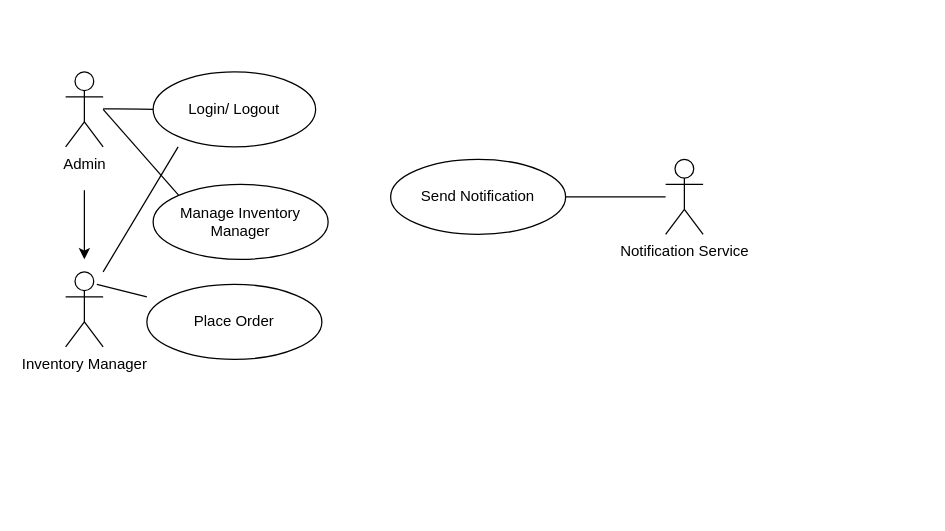
Above: Untitled Diagram.drawio in apoorv-agrawal91/Apoorv (draw.io), before the change. Source tidied: cells renumbered, new cells numbered last; positions are measured from the earlier drawing's top-left corner, leaving out a move shared by most shapes. Both pictures are drawn from the tidied source at 125%, with x=0, y=0 at pixel (65, 71).
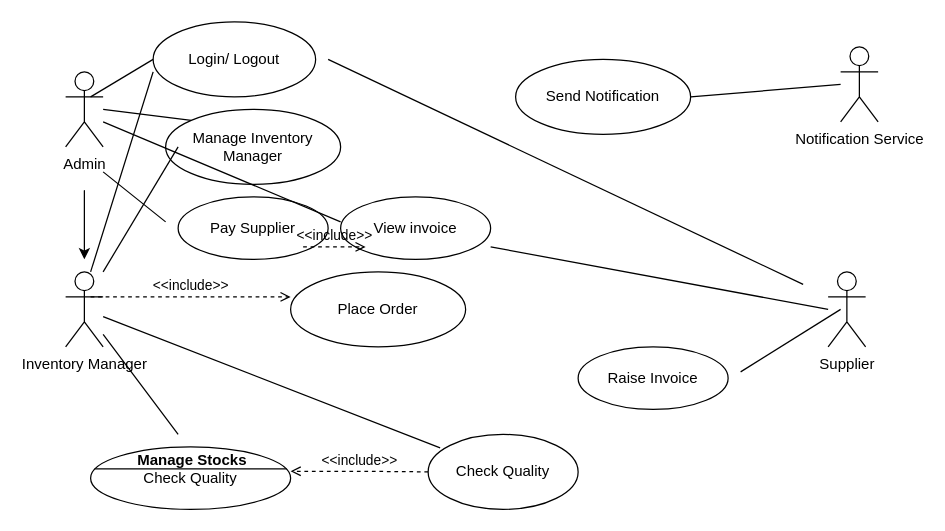
After the change.

Unchanged cells that the change refers to:
```xml
<mxCell id="3" value="Inventory Manager" style="shape=umlActor;verticalLabelPosition=bottom;verticalAlign=top;html=1;outlineConnect=0;" parent="1" vertex="1">
  <mxGeometry y="160" width="30" height="60" as="geometry" />
</mxCell>
```

Diff of the diagram source:
```diff
@@
     <mxCell id="5" value="Notification Service" style="shape=umlActor;verticalLabelPosition=bottom;verticalAlign=top;html=1;" parent="1" vertex="1">
-      <mxGeometry x="480" y="70" width="30" height="60" as="geometry" />
+      <mxGeometry x="620" y="-20" width="30" height="60" as="geometry" />
     </mxCell>
     <mxCell id="6" value="Login/ Logout" style="ellipse;whiteSpace=wrap;html=1;" parent="1" vertex="1">
-      <mxGeometry x="70" width="130" height="60" as="geometry" />
+      <mxGeometry x="70" y="-40" width="130" height="60" as="geometry" />
     </mxCell>
     <mxCell id="7" value="Manage Inventory&lt;br&gt;Manager" style="ellipse;whiteSpace=wrap;html=1;" parent="1" vertex="1">
-      <mxGeometry x="70" y="90" width="140" height="60" as="geometry" />
+      <mxGeometry x="80" y="30" width="140" height="60" as="geometry" />
     </mxCell>
     <mxCell id="8" value="Place Order" style="ellipse;whiteSpace=wrap;html=1;" parent="1" vertex="1">
-      <mxGeometry x="65" y="170" width="140" height="60" as="geometry" />
+      <mxGeometry x="180" y="160" width="140" height="60" as="geometry" />
     </mxCell>
     <mxCell id="9" value="Send Notification" style="ellipse;whiteSpace=wrap;html=1;" parent="1" vertex="1">
-      <mxGeometry x="260" y="70" width="140" height="60" as="geometry" />
+      <mxGeometry x="360" y="-10" width="140" height="60" as="geometry" />
     </mxCell>
-    <mxCell id="10" style="endArrow=none;html=1;" parent="1" edge="1">
-      <mxGeometry relative="1" as="geometry">
-        <mxPoint x="30" y="29.5" as="sourcePoint" />
-        <mxPoint x="70" y="30" as="targetPoint" />
-        <Array as="points">
-          <mxPoint x="50" y="29.5" />
-        </Array>
-      </mxGeometry>
-    </mxCell>
@@
-    <mxCell id="12" style="endArrow=none;html=1;" parent="1" edge="1">
-      <mxGeometry relative="1" as="geometry">
-        <mxPoint x="25" y="170" as="sourcePoint" />
-        <mxPoint x="65" y="180" as="targetPoint" />
-      </mxGeometry>
-    </mxCell>
@@
     <mxCell id="14" style="endArrow=none;html=1;exitX=1;exitY=0.5;exitDx=0;exitDy=0;" parent="1" edge="1" source="9">
       <mxGeometry relative="1" as="geometry">
-        <mxPoint x="480" y="100" as="targetPoint" />
+        <mxPoint x="620" y="10" as="targetPoint" />
       </mxGeometry>
     </mxCell>
+    <mxCell id="15" value="Check Quality" style="ellipse;whiteSpace=wrap;html=1;" parent="1" vertex="1">
+      <mxGeometry x="290" y="290" width="120" height="60" as="geometry" />
+    </mxCell>
+    <mxCell id="16" style="endArrow=none;html=1;entryX=0.08;entryY=0.18;entryDx=0;entryDy=0;entryPerimeter=0;" parent="1" edge="1" source="3" target="15">
+      <mxGeometry relative="1" as="geometry" />
+    </mxCell>
+    <mxCell id="17" style="endArrow=none;html=1;" parent="1" edge="1" target="3">
+      <mxGeometry relative="1" as="geometry">
+        <mxPoint x="90" y="290" as="sourcePoint" />
+      </mxGeometry>
+    </mxCell>
+    <mxCell id="18" value="Pay Supplier" style="ellipse;whiteSpace=wrap;html=1;" parent="1" vertex="1">
+      <mxGeometry x="90" y="100" width="120" height="50" as="geometry" />
+    </mxCell>
+    <mxCell id="19" style="endArrow=none;html=1;entryX=0;entryY=0.5;entryDx=0;entryDy=0;" parent="1" edge="1" target="6">
+      <mxGeometry relative="1" as="geometry">
+        <mxPoint x="20" y="20" as="sourcePoint" />
+      </mxGeometry>
+    </mxCell>
+    <mxCell id="20" style="endArrow=none;html=1;" parent="1" edge="1">
+      <mxGeometry relative="1" as="geometry">
+        <mxPoint x="30" y="80" as="sourcePoint" />
+        <mxPoint x="80" y="120" as="targetPoint" />
+      </mxGeometry>
+    </mxCell>
+    <mxCell id="21" style="endArrow=none;html=1;" parent="1" edge="1">
+      <mxGeometry relative="1" as="geometry">
+        <mxPoint x="20" y="160" as="sourcePoint" />
+        <mxPoint x="70" as="targetPoint" />
+      </mxGeometry>
+    </mxCell>
+    <mxCell id="22" value="View invoice" style="ellipse;whiteSpace=wrap;html=1;" parent="1" vertex="1">
+      <mxGeometry x="220" y="100" width="120" height="50" as="geometry" />
+    </mxCell>
+    <mxCell id="23" value="Raise Invoice" style="ellipse;whiteSpace=wrap;html=1;" parent="1" vertex="1">
+      <mxGeometry x="410" y="220" width="120" height="50" as="geometry" />
+    </mxCell>
+    <mxCell id="24" value="Supplier" style="shape=umlActor;verticalLabelPosition=bottom;verticalAlign=top;html=1;" parent="1" vertex="1">
+      <mxGeometry x="610" y="160" width="30" height="60" as="geometry" />
+    </mxCell>
+    <mxCell id="25" style="endArrow=none;html=1;" parent="1" edge="1">
+      <mxGeometry relative="1" as="geometry">
+        <mxPoint x="540" y="240" as="sourcePoint" />
+        <mxPoint x="620" y="190" as="targetPoint" />
+      </mxGeometry>
+    </mxCell>
+    <mxCell id="26" style="endArrow=none;html=1;" parent="1" edge="1">
+      <mxGeometry relative="1" as="geometry">
+        <mxPoint x="340" y="140" as="sourcePoint" />
+        <mxPoint x="610" y="190" as="targetPoint" />
+      </mxGeometry>
+    </mxCell>
+    <mxCell id="27" style="endArrow=none;html=1;" parent="1" edge="1">
+      <mxGeometry relative="1" as="geometry">
+        <mxPoint x="220" y="120" as="sourcePoint" />
+        <mxPoint x="30" y="40" as="targetPoint" />
+      </mxGeometry>
+    </mxCell>
+    <mxCell id="28" style="endArrow=none;html=1;" parent="1" edge="1">
+      <mxGeometry relative="1" as="geometry">
+        <mxPoint x="590" y="170" as="sourcePoint" />
+        <mxPoint x="210" y="-10" as="targetPoint" />
+      </mxGeometry>
+    </mxCell>
+    <mxCell id="29" value="&amp;lt;&amp;lt;include&amp;gt;&amp;gt;" style="edgeStyle=none;html=1;endArrow=open;verticalAlign=bottom;dashed=1;labelBackgroundColor=none;" parent="1" edge="1">
+      <mxGeometry relative="1" as="geometry">
+        <mxPoint x="20" y="180" as="sourcePoint" />
+        <mxPoint x="180" y="180" as="targetPoint" />
+      </mxGeometry>
+    </mxCell>
+    <mxCell id="30" value="&amp;lt;&amp;lt;include&amp;gt;&amp;gt;" style="edgeStyle=none;html=1;endArrow=open;verticalAlign=bottom;dashed=1;labelBackgroundColor=none;" parent="1" edge="1">
+      <mxGeometry relative="1" as="geometry">
+        <mxPoint x="190" y="140" as="sourcePoint" />
+        <mxPoint x="240" y="140" as="targetPoint" />
+      </mxGeometry>
+    </mxCell>
+    <mxCell id="31" value="Check Quality" style="html=1;shape=mxgraph.sysml.useCaseExtPt;whiteSpace=wrap;align=center;" parent="1" vertex="1">
+      <mxGeometry x="20" y="300" width="160" height="50" as="geometry" />
+    </mxCell>
+    <mxCell id="32" value="Manage Stocks" style="html=1;verticalAlign=middle;align=center;labelBackgroundColor=none;fontStyle=1;" parent="31" vertex="1">
+      <mxGeometry x="80" y="10.6" as="geometry" />
+    </mxCell>
+    <mxCell id="33" value="&amp;lt;&amp;lt;include&amp;gt;&amp;gt;" style="edgeStyle=none;html=1;endArrow=open;verticalAlign=bottom;dashed=1;labelBackgroundColor=none;exitX=0;exitY=0.5;exitDx=0;exitDy=0;" parent="1" edge="1" source="15">
+      <mxGeometry relative="1" as="geometry">
+        <mxPoint x="180" y="319.5" as="targetPoint" />
+        <Array as="points">
+          <mxPoint x="230" y="319.5" />
+        </Array>
+      </mxGeometry>
+    </mxCell>
```
